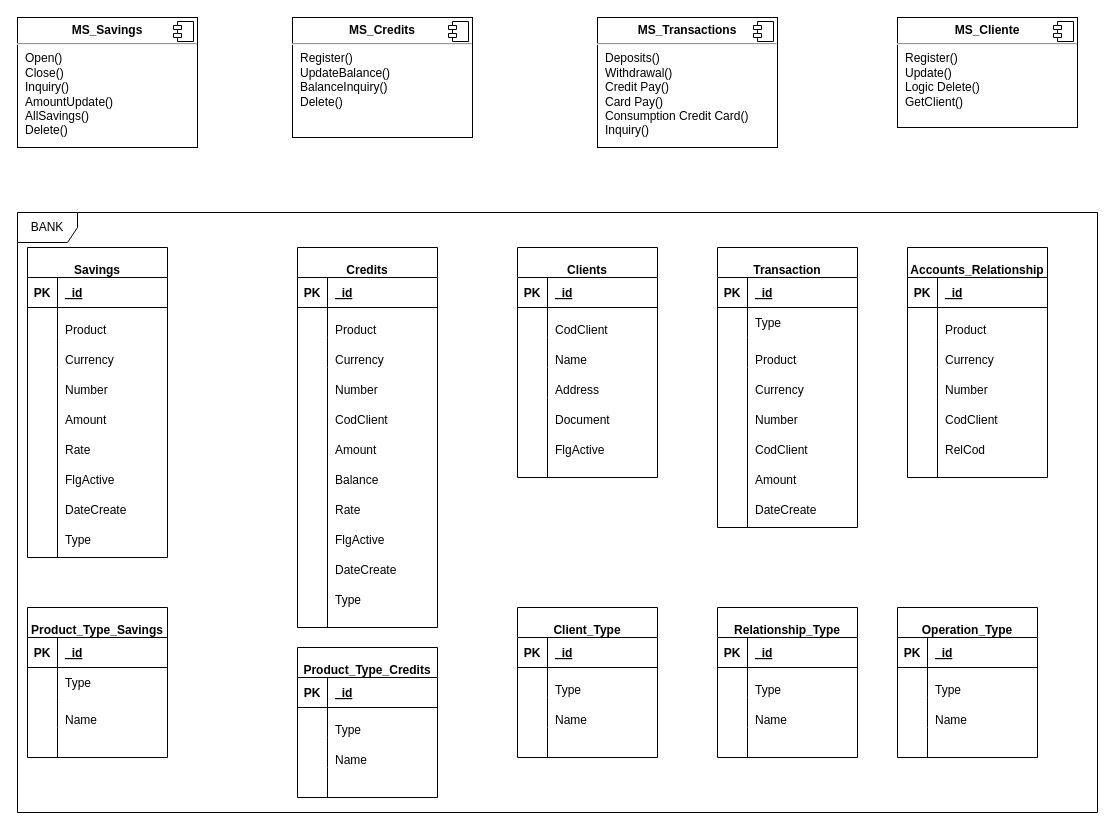
Earlier version of the draw.io diagram Architecture & DB.drawio (RACM2007/BootCamp_Pro1). Source tidied: cells renumbered, new cells numbered last; positions are measured from the earlier drawing's top-left corner, leaving out a move shared by most shapes. Both pictures are drawn from the tidied source at 100%, with x=0, y=0 at pixel (17, 17).
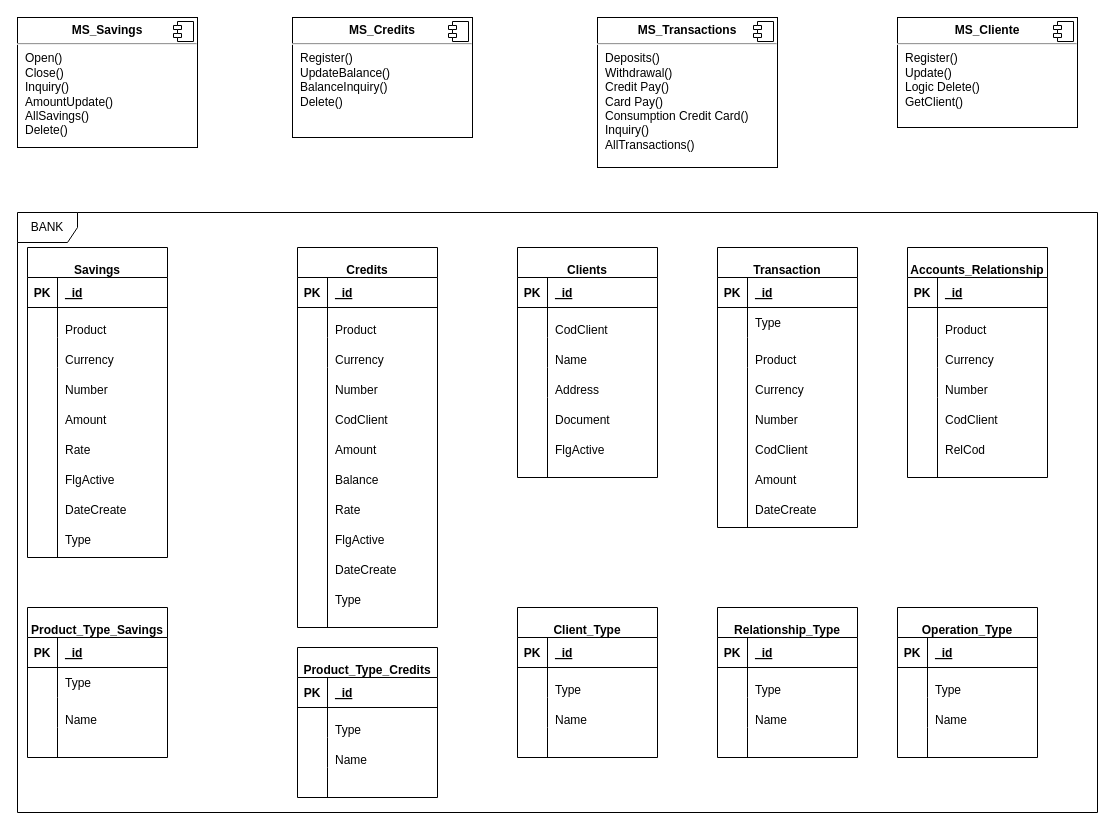
After the change.

Diff of the diagram source:
```diff
@@
-    <mxCell id="7" value="&lt;p style=&quot;margin:0px;margin-top:6px;text-align:center;&quot;&gt;&lt;b&gt;MS_Transactions&lt;/b&gt;&lt;br&gt;&lt;/p&gt;&lt;hr&gt;&lt;p style=&quot;margin:0px;margin-left:8px;&quot;&gt;Deposits()&lt;/p&gt;&lt;p style=&quot;margin:0px;margin-left:8px;&quot;&gt;Withdrawal()&lt;/p&gt;&lt;p style=&quot;margin:0px;margin-left:8px;&quot;&gt;Credit Pay()&lt;/p&gt;&lt;p style=&quot;margin:0px;margin-left:8px;&quot;&gt;Card Pay()&lt;/p&gt;&lt;p style=&quot;margin:0px;margin-left:8px;&quot;&gt;Consumption Credit Card()&lt;/p&gt;&lt;p style=&quot;margin:0px;margin-left:8px;&quot;&gt;Inquiry()&lt;/p&gt;" style="align=left;overflow=fill;html=1;" parent="1" vertex="1">
-      <mxGeometry x="580" width="180" height="130" as="geometry" />
+    <mxCell id="7" value="&lt;p style=&quot;margin:0px;margin-top:6px;text-align:center;&quot;&gt;&lt;b&gt;MS_Transactions&lt;/b&gt;&lt;br&gt;&lt;/p&gt;&lt;hr&gt;&lt;p style=&quot;margin:0px;margin-left:8px;&quot;&gt;Deposits()&lt;/p&gt;&lt;p style=&quot;margin:0px;margin-left:8px;&quot;&gt;Withdrawal()&lt;/p&gt;&lt;p style=&quot;margin:0px;margin-left:8px;&quot;&gt;Credit Pay()&lt;/p&gt;&lt;p style=&quot;margin:0px;margin-left:8px;&quot;&gt;Card Pay()&lt;/p&gt;&lt;p style=&quot;margin:0px;margin-left:8px;&quot;&gt;Consumption Credit Card()&lt;/p&gt;&lt;p style=&quot;margin:0px;margin-left:8px;&quot;&gt;Inquiry()&lt;/p&gt;&lt;p style=&quot;margin:0px;margin-left:8px;&quot;&gt;AllTransactions()&lt;br&gt;&lt;/p&gt;" style="align=left;overflow=fill;html=1;" parent="1" vertex="1">
+      <mxGeometry x="580" width="180" height="150" as="geometry" />
     </mxCell>
```
